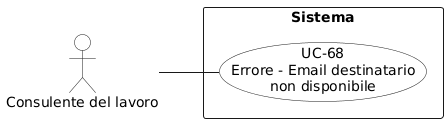
Above: RTB/Analisi dei Requisiti/diagrammi_use_case/UC-68.png in aLittleByte-19/Documentazione (PlantUML), before the change.
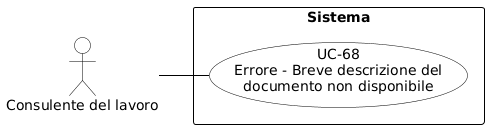
The same diagram one commit later.

Diff of the diagram source:
```diff
@@ -1,14 +1,29 @@
 @startuml
+skinparam shadowing false
+skinparam defaultFontName Arial
 left to right direction
-skinparam packageStyle rectangle
-skinparam usecaseBackgroundColor White
-skinparam actorBackgroundColor White
+skinparam nodesep 15
+skinparam ranksep 50
 
-actor "Consulente del lavoro" as consulente
+skinparam usecase {
+    BackgroundColor white
+    BorderColor black
+    ArrowColor black
+}
+skinparam actor {
+    BackgroundColor white
+    BorderColor black
+}
+skinparam rectangle {
+    BorderColor black
+    FontStyle bold
+}
+
+actor "Consulente del lavoro" as cdl
 
 rectangle "Sistema" {
-  usecase "UC-68\nErrore - Email destinatario\nnon disponibile" as uc68
+    usecase "UC-68\nErrore - Breve descrizione del\ndocumento non disponibile" as UC68
 }
 
-consulente -- uc68
-@enduml
+cdl -- UC68
+@endl
```
